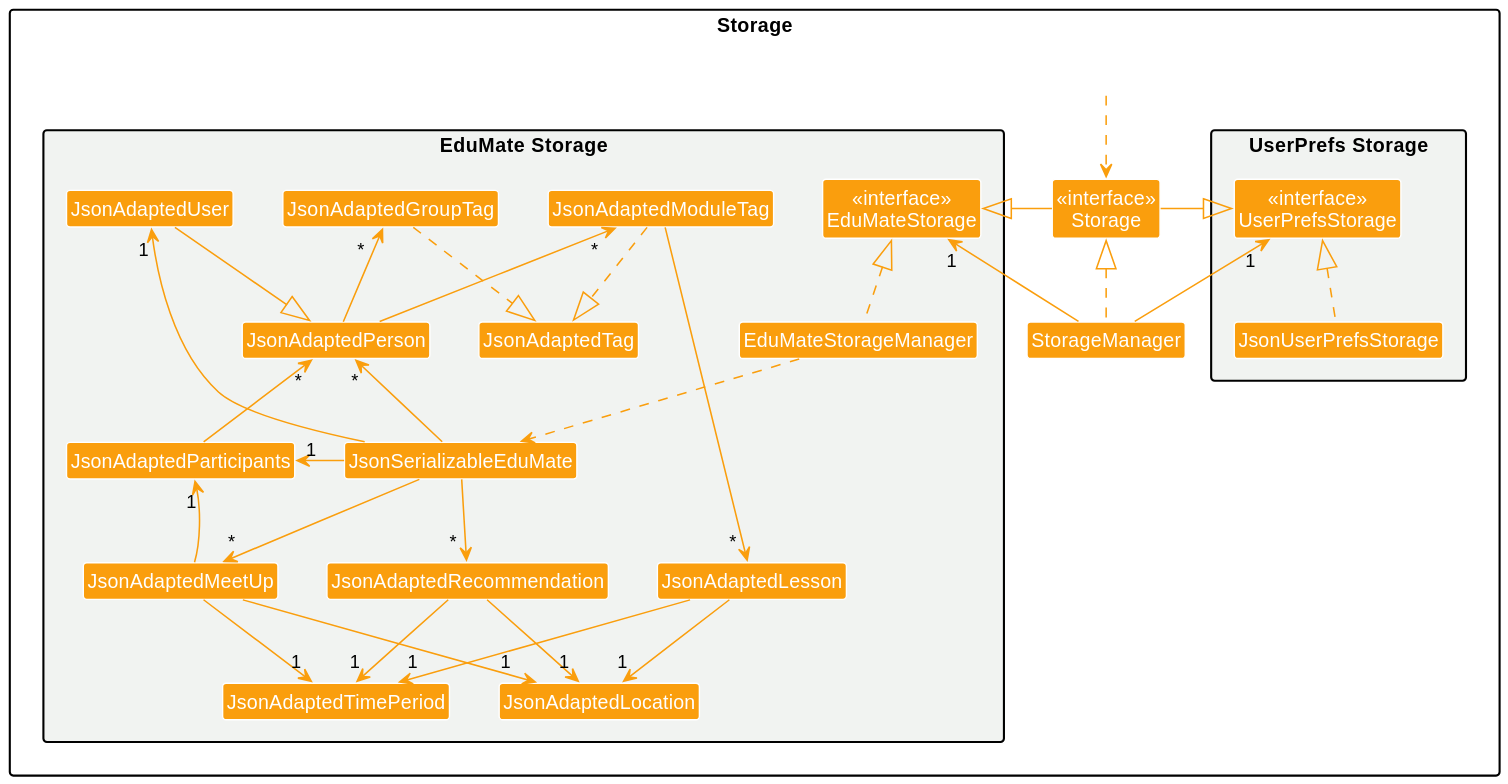
nus-cs2103-AY2223S2/tp keeps this PlantUML diagram as docs/images/StorageClassDiagram.svg. Above is the earlier version.
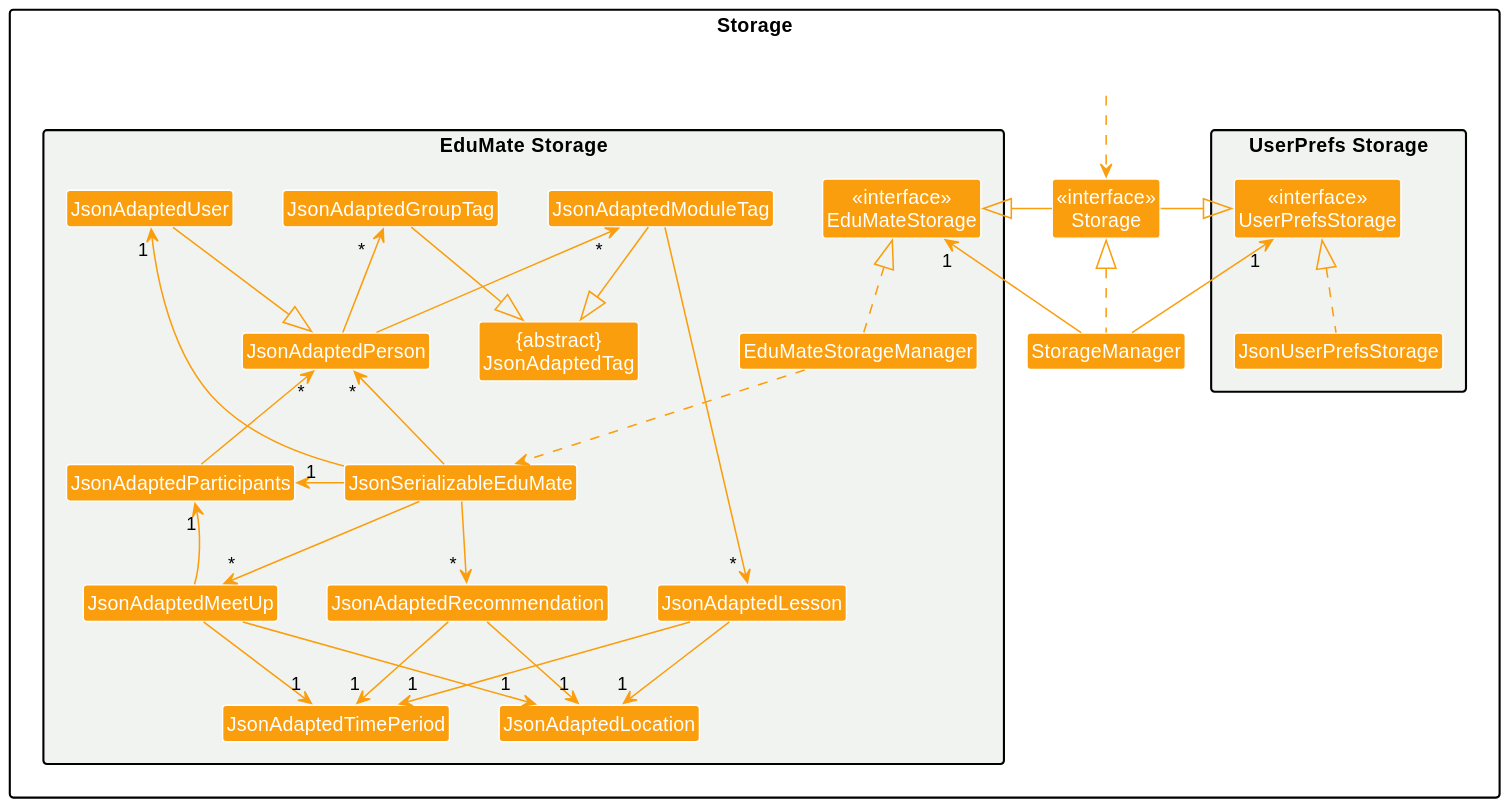
After the commit.

Commit message:
Edit Storage diagram

Change to the diagram source:
```diff
@@ -20,7 +20,7 @@
 Class JsonSerializableEduMate
 Class JsonAdaptedPerson
 Class JsonAdaptedUser
-Class JsonAdaptedTag
+Class "{abstract}\nJsonAdaptedTag" as JsonAdaptedTag
 Class JsonAdaptedParticipants
 Class JsonAdaptedRecommendation
 Class JsonAdaptedMeetUp
@@ -53,8 +53,8 @@
 JsonSerializableEduMate --> "~* " JsonAdaptedRecommendation
 JsonSerializableEduMate --> "*" JsonAdaptedMeetUp
 
-JsonAdaptedGroupTag ..|> JsonAdaptedTag
-JsonAdaptedModuleTag ..|> JsonAdaptedTag
+JsonAdaptedGroupTag --|> JsonAdaptedTag
+JsonAdaptedModuleTag --|> JsonAdaptedTag
 
 JsonAdaptedModuleTag --> "~* " JsonAdaptedLesson
 
```
